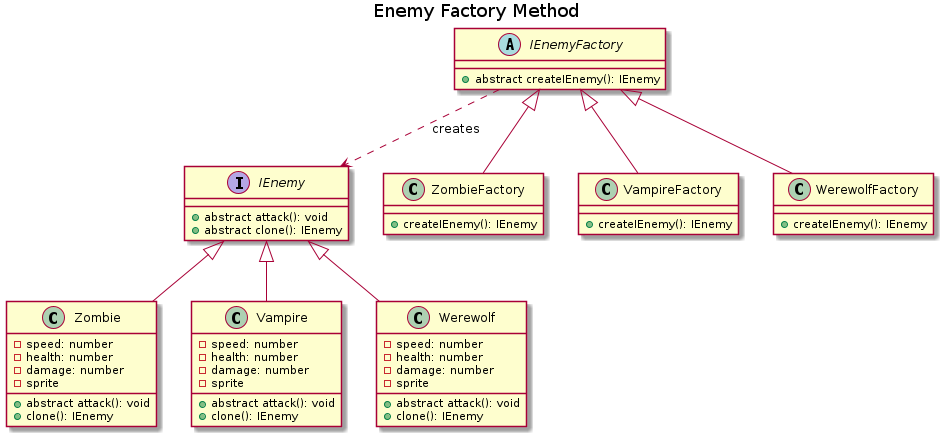
Before: UML/Factory_Method/enemy.factory-method.png, a diagram exported from PlantUML (project-survivor/documentation).
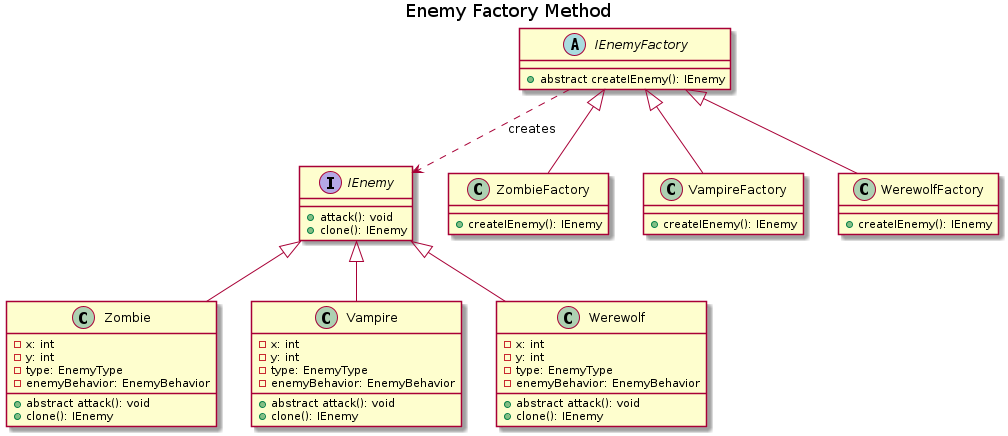
Above is the later version.

Diff of the diagram source:
```diff
@@ -3,33 +3,33 @@
 title Enemy Factory Method
 
 interface IEnemy {
-    +abstract attack(): void
-    +abstract clone(): IEnemy
+    +attack(): void
+    +clone(): IEnemy
 }
 
 class Zombie {
-    -speed: number
-    -health: number
-    -damage: number
-    -sprite
+    -x: int
+    -y: int
+    -type: EnemyType
+    -enemyBehavior: EnemyBehavior
     +abstract attack(): void
     +clone(): IEnemy
 }
 
 class Vampire {
-    -speed: number
-    -health: number
-    -damage: number
-    -sprite
+    -x: int
+    -y: int
+    -type: EnemyType
+    -enemyBehavior: EnemyBehavior
     +abstract attack(): void
     +clone(): IEnemy
 }
 
 class Werewolf {
-    -speed: number
-    -health: number
-    -damage: number
-    -sprite
+    -x: int
+    -y: int
+    -type: EnemyType
+    -enemyBehavior: EnemyBehavior
     +abstract attack(): void
     +clone(): IEnemy
 }
```
